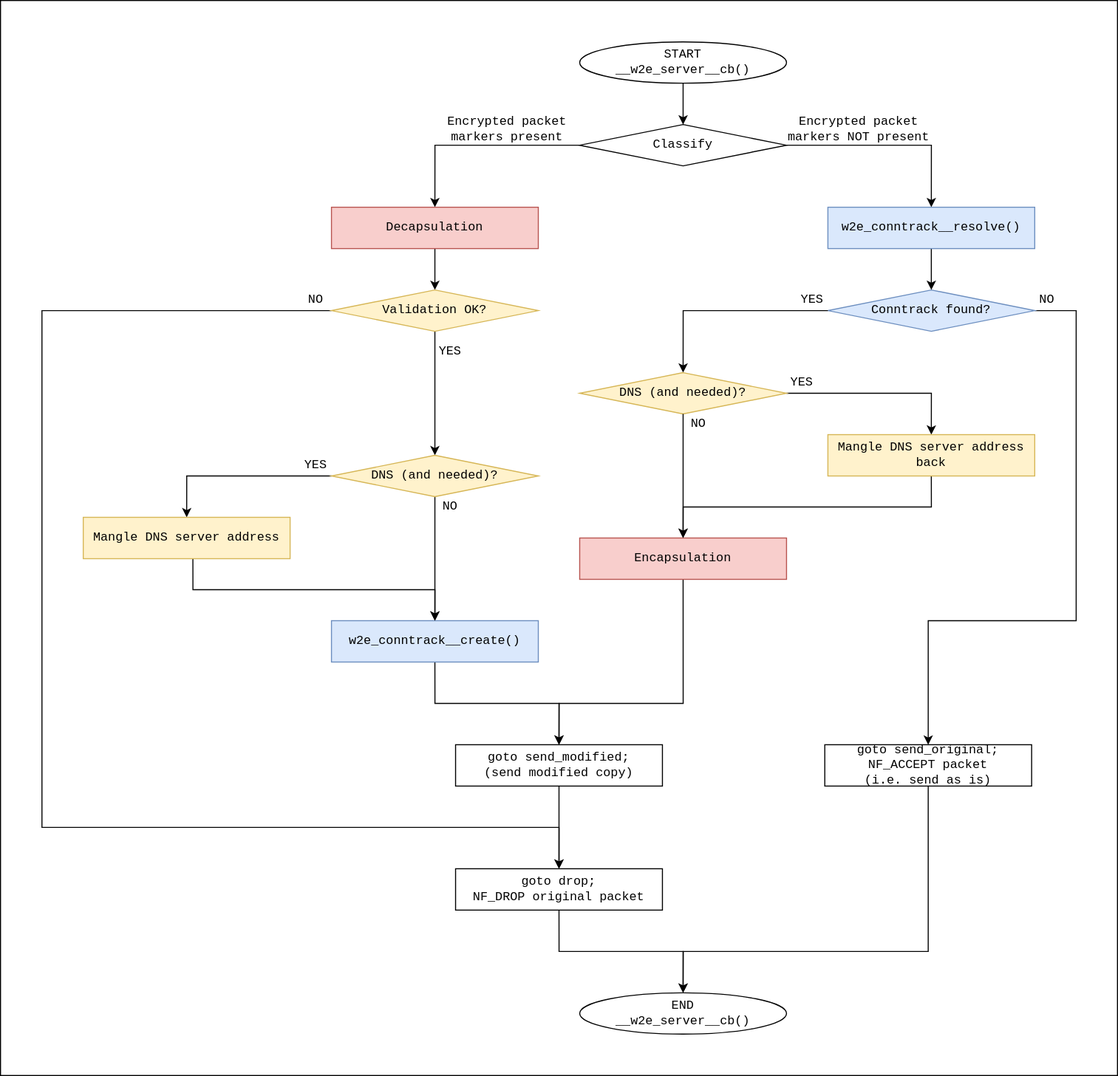
Above: misc/w2e_scheme_server.svg in 6uoMycop/W2E (draw.io), before the change. Source tidied: cells renumbered, new cells last; positions are measured from the earlier drawing's top-left corner, leaving out a move shared by most shapes.
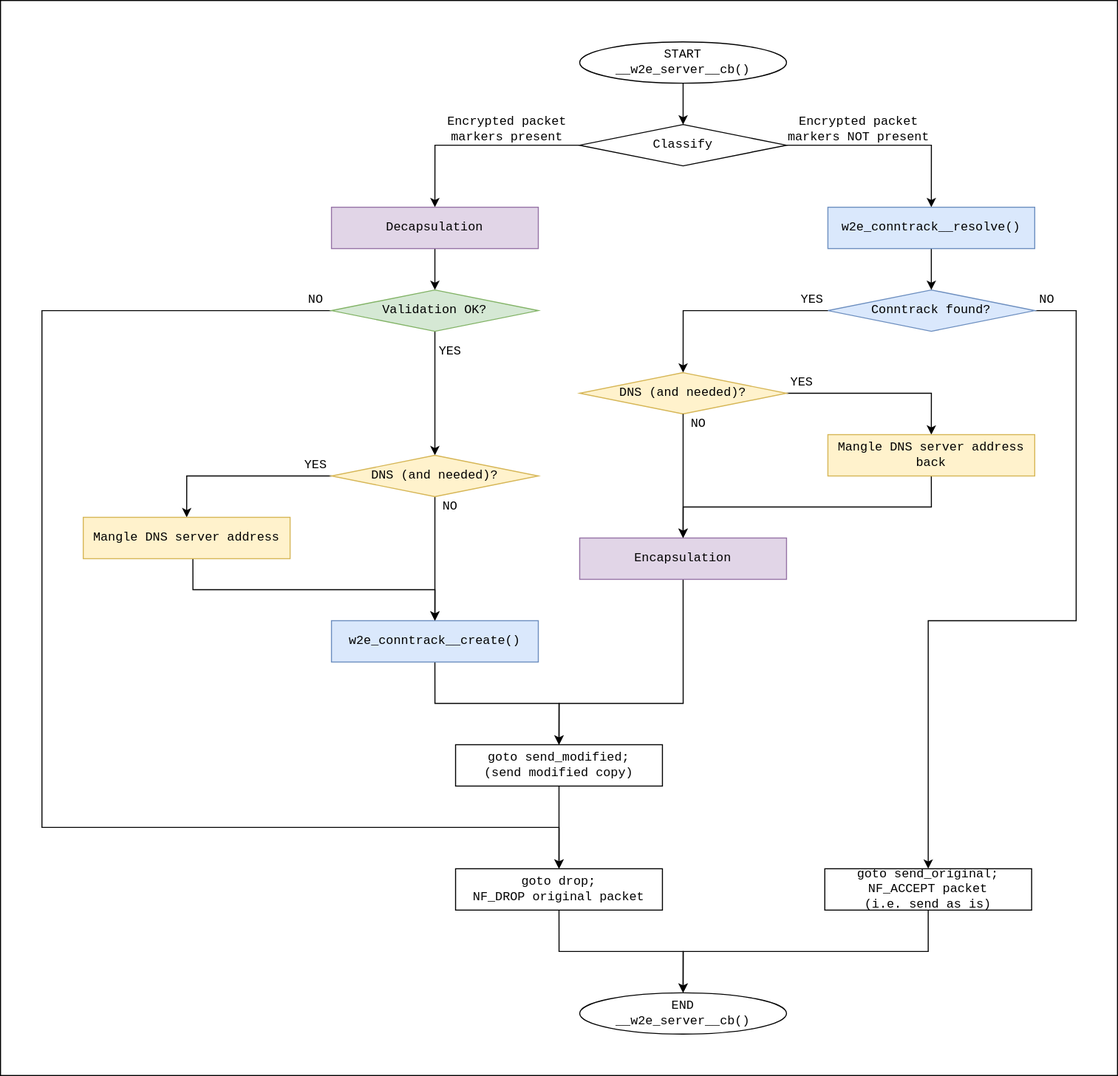
After the commit.

Diff of the diagram source:
```diff
@@ -26,7 +26,7 @@
       </mxGeometry>
     </mxCell>
     <mxCell id="8" value="&lt;div style=&quot;font-size: 12px;&quot;&gt;goto send_original;&lt;br style=&quot;font-size: 12px;&quot;&gt;&lt;/div&gt;&lt;div style=&quot;font-size: 12px;&quot;&gt;NF_ACCEPT packet&lt;/div&gt;&lt;div style=&quot;font-size: 12px;&quot;&gt;(i.e. send as is)&lt;/div&gt;" style="rounded=0;whiteSpace=wrap;html=1;fontFamily=Courier New;fontSize=12;" parent="1" vertex="1">
-      <mxGeometry x="797" y="720" width="200" height="40" as="geometry" />
+      <mxGeometry x="797" y="840" width="200" height="40" as="geometry" />
     </mxCell>
     <mxCell id="9" style="edgeStyle=orthogonalEdgeStyle;rounded=0;jettySize=auto;html=1;entryX=0.5;entryY=0;entryDx=0;entryDy=0;fontFamily=Courier New;fontSize=12;exitX=0.5;exitY=1;exitDx=0;exitDy=0;" parent="1" edge="1" source="46" target="33">
       <mxGeometry relative="1" as="geometry" />
@@ -34,7 +34,7 @@
     <mxCell id="10" style="edgeStyle=orthogonalEdgeStyle;rounded=0;jettySize=auto;html=1;exitX=0.5;exitY=1;exitDx=0;exitDy=0;entryX=0.5;entryY=0;entryDx=0;entryDy=0;" parent="1" edge="1" source="11" target="46">
       <mxGeometry relative="1" as="geometry" />
     </mxCell>
-    <mxCell id="11" value="Decapsulation" style="rounded=0;whiteSpace=wrap;html=1;fontFamily=Courier New;fontSize=12;fillColor=#f8cecc;strokeColor=#b85450;" parent="1" vertex="1">
+    <mxCell id="11" value="Decapsulation" style="rounded=0;whiteSpace=wrap;html=1;fontFamily=Courier New;fontSize=12;fillColor=#e1d5e7;strokeColor=#9673a6;" parent="1" vertex="1">
       <mxGeometry x="320" y="200" width="200" height="40" as="geometry" />
     </mxCell>
     <mxCell id="12" style="edgeStyle=orthogonalEdgeStyle;rounded=0;jettySize=auto;html=1;exitX=0.5;exitY=1;exitDx=0;exitDy=0;entryX=0.5;entryY=0;entryDx=0;entryDy=0;fontFamily=Courier New;fontSize=12;" parent="1" edge="1" source="13" target="24">
@@ -45,7 +45,7 @@
         </Array>
       </mxGeometry>
     </mxCell>
-    <mxCell id="13" value="Encapsulation" style="rounded=0;whiteSpace=wrap;html=1;fontFamily=Courier New;fontSize=12;fillColor=#f8cecc;strokeColor=#b85450;" parent="1" vertex="1">
+    <mxCell id="13" value="Encapsulation" style="rounded=0;whiteSpace=wrap;html=1;fontFamily=Courier New;fontSize=12;fillColor=#e1d5e7;strokeColor=#9673a6;" parent="1" vertex="1">
       <mxGeometry x="560" y="520" width="200" height="40" as="geometry" />
     </mxCell>
     <mxCell id="14" value="Encrypted packet markers present" style="text;html=1;align=center;verticalAlign=middle;whiteSpace=wrap;rounded=0;fontFamily=Courier New;fontSize=12;" parent="1" vertex="1">
@@ -156,7 +156,7 @@
         </Array>
       </mxGeometry>
     </mxCell>
-    <mxCell id="46" value="Validation OK?" style="rhombus;whiteSpace=wrap;html=1;fontFamily=Courier New;fontSize=12;fillColor=#fff2cc;strokeColor=#d6b656;" parent="1" vertex="1">
+    <mxCell id="46" value="Validation OK?" style="rhombus;whiteSpace=wrap;html=1;fontFamily=Courier New;fontSize=12;fillColor=#d5e8d4;strokeColor=#82b366;" parent="1" vertex="1">
       <mxGeometry x="320" y="280" width="200" height="40" as="geometry" />
     </mxCell>
     <mxCell id="47" value="YES" style="text;html=1;align=center;verticalAlign=middle;whiteSpace=wrap;rounded=0;fontSize=12;fontFamily=Courier New;" parent="1" vertex="1">
```
